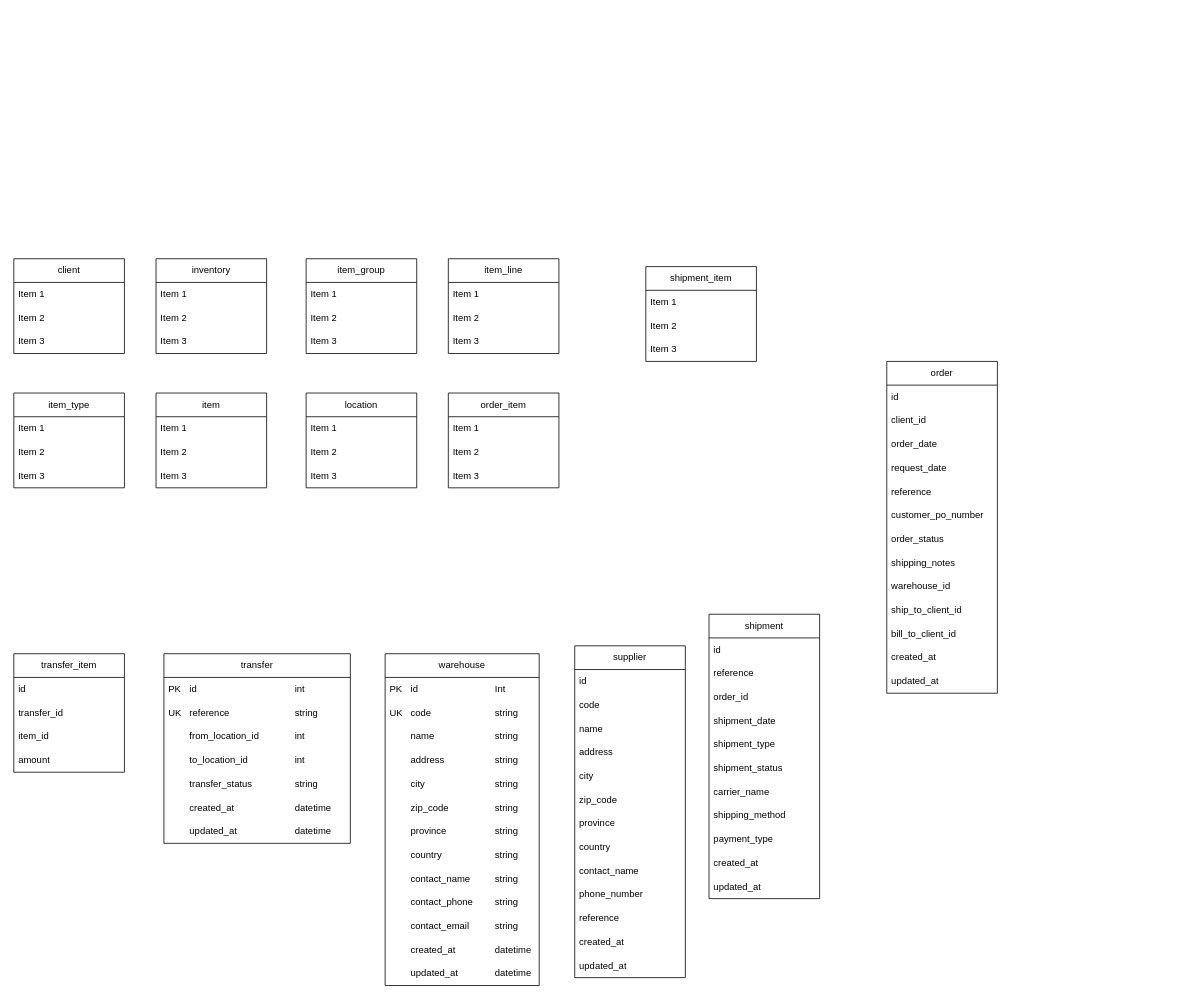
This is help.drawio from lennardje21/INF2C-Team-5, a draw.io file, before an edit. Source tidied: cells renumbered, new cells numbered last; positions are measured from the earlier drawing's top-left corner, leaving out a move shared by most shapes. Both pictures are drawn from the tidied source at 79%, with x=0, y=0 at pixel (13, 258).
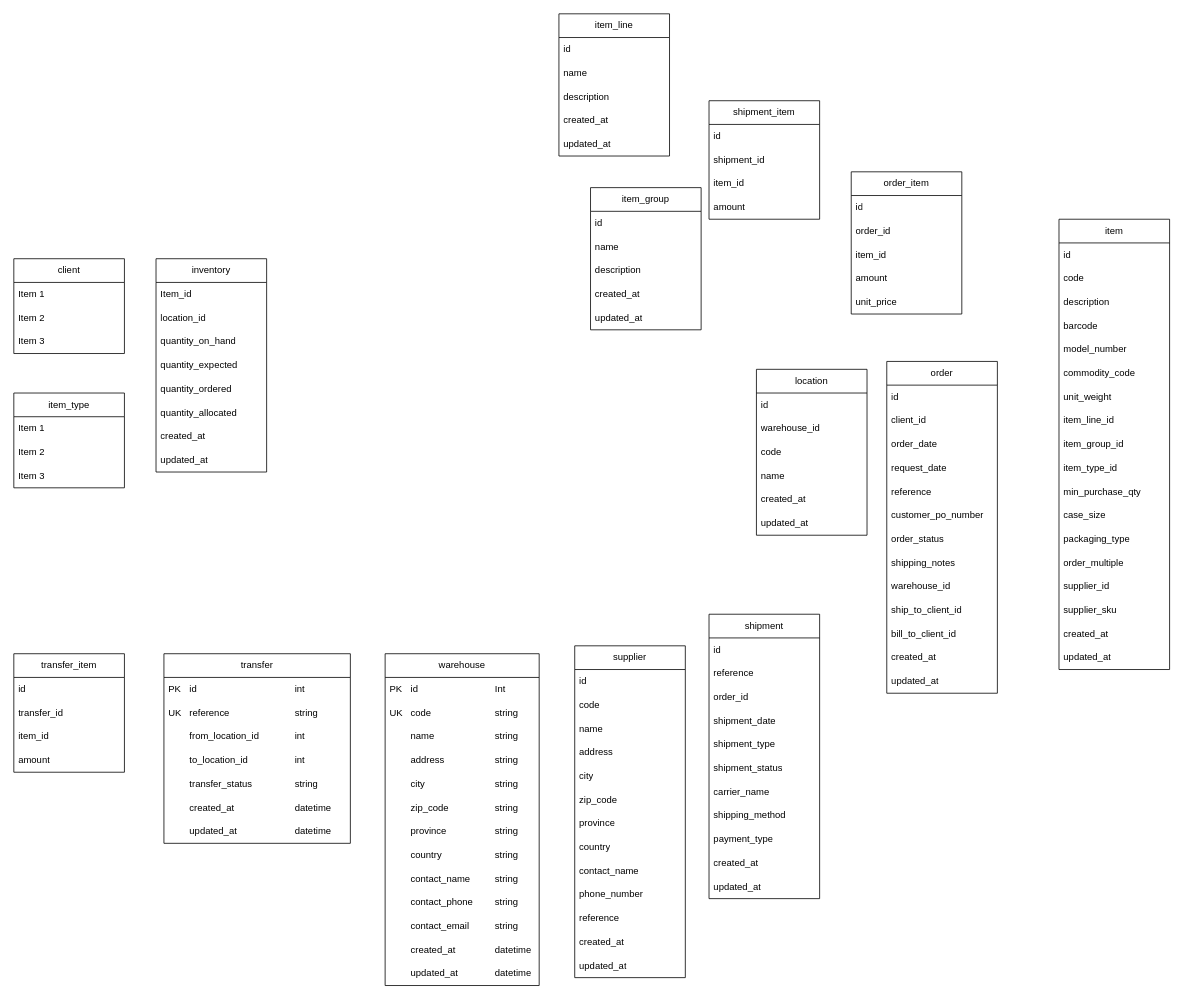
The same diagram, later.

Commit message:
Expand warehouse schema diagram

Updated the ERD in help.drawio to match the current warehouse/inventory model. This change adds detailed fields for inventory, item groups, item lines, items, locations, order items, and shipment items

What changed in the source:
```diff
@@
     <mxCell id="6" value="inventory" style="swimlane;fontStyle=0;horizontal=1;startSize=30;whiteSpace=wrap;html=1;" parent="1" vertex="1">
-      <mxGeometry x="180" width="140" height="120" as="geometry" />
+      <mxGeometry x="180" width="140" height="270" as="geometry" />
     </mxCell>
-    <mxCell id="7" value="Item 1" style="text;strokeColor=none;fillColor=none;align=left;verticalAlign=middle;spacingLeft=4;spacingRight=4;overflow=hidden;whiteSpace=wrap;html=1;" parent="6" vertex="1">
+    <mxCell id="7" value="Item_id" style="text;strokeColor=none;fillColor=none;align=left;verticalAlign=middle;spacingLeft=4;spacingRight=4;overflow=hidden;whiteSpace=wrap;html=1;" parent="6" vertex="1">
       <mxGeometry y="30" width="140" height="30" as="geometry" />
     </mxCell>
-    <mxCell id="8" value="Item 2" style="text;strokeColor=none;fillColor=none;align=left;verticalAlign=middle;spacingLeft=4;spacingRight=4;overflow=hidden;whiteSpace=wrap;html=1;" parent="6" vertex="1">
+    <mxCell id="8" value="location_id" style="text;strokeColor=none;fillColor=none;align=left;verticalAlign=middle;spacingLeft=4;spacingRight=4;overflow=hidden;whiteSpace=wrap;html=1;" parent="6" vertex="1">
       <mxGeometry y="60" width="140" height="30" as="geometry" />
     </mxCell>
-    <mxCell id="9" value="Item 3" style="text;strokeColor=none;fillColor=none;align=left;verticalAlign=middle;spacingLeft=4;spacingRight=4;overflow=hidden;whiteSpace=wrap;html=1;" parent="6" vertex="1">
+    <mxCell id="9" value="quantity_on_hand" style="text;strokeColor=none;fillColor=none;align=left;verticalAlign=middle;spacingLeft=4;spacingRight=4;overflow=hidden;whiteSpace=wrap;html=1;" parent="6" vertex="1">
       <mxGeometry y="90" width="140" height="30" as="geometry" />
     </mxCell>
+    <mxCell id="105" value="quantity_expected" style="text;strokeColor=none;fillColor=none;align=left;verticalAlign=middle;spacingLeft=4;spacingRight=4;overflow=hidden;whiteSpace=wrap;html=1;" parent="6" vertex="1">
+      <mxGeometry y="120" width="140" height="30" as="geometry" />
+    </mxCell>
+    <mxCell id="106" value="quantity_ordered" style="text;strokeColor=none;fillColor=none;align=left;verticalAlign=middle;spacingLeft=4;spacingRight=4;overflow=hidden;whiteSpace=wrap;html=1;" parent="6" vertex="1">
+      <mxGeometry y="150" width="140" height="30" as="geometry" />
+    </mxCell>
+    <mxCell id="107" value="quantity_allocated" style="text;strokeColor=none;fillColor=none;align=left;verticalAlign=middle;spacingLeft=4;spacingRight=4;overflow=hidden;whiteSpace=wrap;html=1;" parent="6" vertex="1">
+      <mxGeometry y="180" width="140" height="30" as="geometry" />
+    </mxCell>
+    <mxCell id="108" value="created_at" style="text;strokeColor=none;fillColor=none;align=left;verticalAlign=middle;spacingLeft=4;spacingRight=4;overflow=hidden;whiteSpace=wrap;html=1;" parent="6" vertex="1">
+      <mxGeometry y="210" width="140" height="30" as="geometry" />
+    </mxCell>
+    <mxCell id="109" value="updated_at" style="text;strokeColor=none;fillColor=none;align=left;verticalAlign=middle;spacingLeft=4;spacingRight=4;overflow=hidden;whiteSpace=wrap;html=1;" parent="6" vertex="1">
+      <mxGeometry y="240" width="140" height="30" as="geometry" />
+    </mxCell>
     <mxCell id="10" value="item_group" style="swimlane;fontStyle=0;horizontal=1;startSize=30;whiteSpace=wrap;html=1;" parent="1" vertex="1">
-      <mxGeometry x="370" width="140" height="120" as="geometry" />
+      <mxGeometry x="730" y="-90" width="140" height="180" as="geometry" />
     </mxCell>
-    <mxCell id="11" value="Item 1" style="text;strokeColor=none;fillColor=none;align=left;verticalAlign=middle;spacingLeft=4;spacingRight=4;overflow=hidden;whiteSpace=wrap;html=1;" parent="10" vertex="1">
+    <mxCell id="11" value="id" style="text;strokeColor=none;fillColor=none;align=left;verticalAlign=middle;spacingLeft=4;spacingRight=4;overflow=hidden;whiteSpace=wrap;html=1;" parent="10" vertex="1">
       <mxGeometry y="30" width="140" height="30" as="geometry" />
     </mxCell>
-    <mxCell id="12" value="Item 2" style="text;strokeColor=none;fillColor=none;align=left;verticalAlign=middle;spacingLeft=4;spacingRight=4;overflow=hidden;whiteSpace=wrap;html=1;" parent="10" vertex="1">
+    <mxCell id="12" value="name" style="text;strokeColor=none;fillColor=none;align=left;verticalAlign=middle;spacingLeft=4;spacingRight=4;overflow=hidden;whiteSpace=wrap;html=1;" parent="10" vertex="1">
       <mxGeometry y="60" width="140" height="30" as="geometry" />
     </mxCell>
-    <mxCell id="13" value="Item 3" style="text;strokeColor=none;fillColor=none;align=left;verticalAlign=middle;spacingLeft=4;spacingRight=4;overflow=hidden;whiteSpace=wrap;html=1;" parent="10" vertex="1">
+    <mxCell id="13" value="description" style="text;strokeColor=none;fillColor=none;align=left;verticalAlign=middle;spacingLeft=4;spacingRight=4;overflow=hidden;whiteSpace=wrap;html=1;" parent="10" vertex="1">
       <mxGeometry y="90" width="140" height="30" as="geometry" />
     </mxCell>
+    <mxCell id="110" value="created_at" style="text;strokeColor=none;fillColor=none;align=left;verticalAlign=middle;spacingLeft=4;spacingRight=4;overflow=hidden;whiteSpace=wrap;html=1;" parent="10" vertex="1">
+      <mxGeometry y="120" width="140" height="30" as="geometry" />
+    </mxCell>
+    <mxCell id="111" value="updated_at" style="text;strokeColor=none;fillColor=none;align=left;verticalAlign=middle;spacingLeft=4;spacingRight=4;overflow=hidden;whiteSpace=wrap;html=1;" parent="10" vertex="1">
+      <mxGeometry y="150" width="140" height="30" as="geometry" />
+    </mxCell>
     <mxCell id="14" value="item_line" style="swimlane;fontStyle=0;horizontal=1;startSize=30;whiteSpace=wrap;html=1;" parent="1" vertex="1">
-      <mxGeometry x="550" width="140" height="120" as="geometry" />
+      <mxGeometry x="690" y="-310" width="140" height="180" as="geometry" />
     </mxCell>
-    <mxCell id="15" value="Item 1" style="text;strokeColor=none;fillColor=none;align=left;verticalAlign=middle;spacingLeft=4;spacingRight=4;overflow=hidden;whiteSpace=wrap;html=1;" parent="14" vertex="1">
+    <mxCell id="15" value="id" style="text;strokeColor=none;fillColor=none;align=left;verticalAlign=middle;spacingLeft=4;spacingRight=4;overflow=hidden;whiteSpace=wrap;html=1;" parent="14" vertex="1">
       <mxGeometry y="30" width="140" height="30" as="geometry" />
     </mxCell>
-    <mxCell id="16" value="Item 2" style="text;strokeColor=none;fillColor=none;align=left;verticalAlign=middle;spacingLeft=4;spacingRight=4;overflow=hidden;whiteSpace=wrap;html=1;" parent="14" vertex="1">
+    <mxCell id="16" value="name" style="text;strokeColor=none;fillColor=none;align=left;verticalAlign=middle;spacingLeft=4;spacingRight=4;overflow=hidden;whiteSpace=wrap;html=1;" parent="14" vertex="1">
       <mxGeometry y="60" width="140" height="30" as="geometry" />
     </mxCell>
-    <mxCell id="17" value="Item 3" style="text;strokeColor=none;fillColor=none;align=left;verticalAlign=middle;spacingLeft=4;spacingRight=4;overflow=hidden;whiteSpace=wrap;html=1;" parent="14" vertex="1">
+    <mxCell id="17" value="description" style="text;strokeColor=none;fillColor=none;align=left;verticalAlign=middle;spacingLeft=4;spacingRight=4;overflow=hidden;whiteSpace=wrap;html=1;" parent="14" vertex="1">
       <mxGeometry y="90" width="140" height="30" as="geometry" />
     </mxCell>
+    <mxCell id="112" value="created_at" style="text;strokeColor=none;fillColor=none;align=left;verticalAlign=middle;spacingLeft=4;spacingRight=4;overflow=hidden;whiteSpace=wrap;html=1;" parent="14" vertex="1">
+      <mxGeometry y="120" width="140" height="30" as="geometry" />
+    </mxCell>
+    <mxCell id="113" value="updated_at" style="text;strokeColor=none;fillColor=none;align=left;verticalAlign=middle;spacingLeft=4;spacingRight=4;overflow=hidden;whiteSpace=wrap;html=1;" parent="14" vertex="1">
+      <mxGeometry y="150" width="140" height="30" as="geometry" />
+    </mxCell>
@@
     <mxCell id="32" value="shipment_item" style="swimlane;fontStyle=0;horizontal=1;startSize=30;whiteSpace=wrap;html=1;" parent="1" vertex="1">
-      <mxGeometry x="800" y="10" width="140" height="120" as="geometry" />
+      <mxGeometry x="880" y="-200" width="140" height="150" as="geometry" />
     </mxCell>
-    <mxCell id="33" value="Item 1" style="text;strokeColor=none;fillColor=none;align=left;verticalAlign=middle;spacingLeft=4;spacingRight=4;overflow=hidden;whiteSpace=wrap;html=1;" parent="32" vertex="1">
+    <mxCell id="33" value="id" style="text;strokeColor=none;fillColor=none;align=left;verticalAlign=middle;spacingLeft=4;spacingRight=4;overflow=hidden;whiteSpace=wrap;html=1;" parent="32" vertex="1">
       <mxGeometry y="30" width="140" height="30" as="geometry" />
     </mxCell>
-    <mxCell id="34" value="Item 2" style="text;strokeColor=none;fillColor=none;align=left;verticalAlign=middle;spacingLeft=4;spacingRight=4;overflow=hidden;whiteSpace=wrap;html=1;" parent="32" vertex="1">
+    <mxCell id="34" value="shipment_id" style="text;strokeColor=none;fillColor=none;align=left;verticalAlign=middle;spacingLeft=4;spacingRight=4;overflow=hidden;whiteSpace=wrap;html=1;" parent="32" vertex="1">
       <mxGeometry y="60" width="140" height="30" as="geometry" />
     </mxCell>
-    <mxCell id="35" value="Item 3" style="text;strokeColor=none;fillColor=none;align=left;verticalAlign=middle;spacingLeft=4;spacingRight=4;overflow=hidden;whiteSpace=wrap;html=1;" parent="32" vertex="1">
+    <mxCell id="35" value="item_id" style="text;strokeColor=none;fillColor=none;align=left;verticalAlign=middle;spacingLeft=4;spacingRight=4;overflow=hidden;whiteSpace=wrap;html=1;" parent="32" vertex="1">
       <mxGeometry y="90" width="140" height="30" as="geometry" />
     </mxCell>
+    <mxCell id="114" value="amount" style="text;strokeColor=none;fillColor=none;align=left;verticalAlign=middle;spacingLeft=4;spacingRight=4;overflow=hidden;whiteSpace=wrap;html=1;" parent="32" vertex="1">
+      <mxGeometry y="120" width="140" height="30" as="geometry" />
+    </mxCell>
@@
     <mxCell id="66" value="item" style="swimlane;fontStyle=0;horizontal=1;startSize=30;whiteSpace=wrap;html=1;" parent="1" vertex="1">
-      <mxGeometry x="180" y="170" width="140" height="120" as="geometry" />
+      <mxGeometry x="1323" y="-50" width="140" height="570" as="geometry" />
     </mxCell>
-    <mxCell id="67" value="Item 1" style="text;strokeColor=none;fillColor=none;align=left;verticalAlign=middle;spacingLeft=4;spacingRight=4;overflow=hidden;whiteSpace=wrap;html=1;" parent="66" vertex="1">
+    <mxCell id="67" value="id" style="text;strokeColor=none;fillColor=none;align=left;verticalAlign=middle;spacingLeft=4;spacingRight=4;overflow=hidden;whiteSpace=wrap;html=1;" parent="66" vertex="1">
       <mxGeometry y="30" width="140" height="30" as="geometry" />
     </mxCell>
-    <mxCell id="68" value="Item 2" style="text;strokeColor=none;fillColor=none;align=left;verticalAlign=middle;spacingLeft=4;spacingRight=4;overflow=hidden;whiteSpace=wrap;html=1;" parent="66" vertex="1">
+    <mxCell id="68" value="code" style="text;strokeColor=none;fillColor=none;align=left;verticalAlign=middle;spacingLeft=4;spacingRight=4;overflow=hidden;whiteSpace=wrap;html=1;" parent="66" vertex="1">
       <mxGeometry y="60" width="140" height="30" as="geometry" />
     </mxCell>
-    <mxCell id="69" value="Item 3" style="text;strokeColor=none;fillColor=none;align=left;verticalAlign=middle;spacingLeft=4;spacingRight=4;overflow=hidden;whiteSpace=wrap;html=1;" parent="66" vertex="1">
+    <mxCell id="69" value="description" style="text;strokeColor=none;fillColor=none;align=left;verticalAlign=middle;spacingLeft=4;spacingRight=4;overflow=hidden;whiteSpace=wrap;html=1;" parent="66" vertex="1">
       <mxGeometry y="90" width="140" height="30" as="geometry" />
     </mxCell>
+    <mxCell id="115" value="barcode" style="text;strokeColor=none;fillColor=none;align=left;verticalAlign=middle;spacingLeft=4;spacingRight=4;overflow=hidden;whiteSpace=wrap;html=1;" parent="66" vertex="1">
+      <mxGeometry y="120" width="140" height="30" as="geometry" />
+    </mxCell>
+    <mxCell id="116" value="model_number" style="text;strokeColor=none;fillColor=none;align=left;verticalAlign=middle;spacingLeft=4;spacingRight=4;overflow=hidden;whiteSpace=wrap;html=1;" parent="66" vertex="1">
+      <mxGeometry y="150" width="140" height="30" as="geometry" />
+    </mxCell>
+    <mxCell id="117" value="commodity_code" style="text;strokeColor=none;fillColor=none;align=left;verticalAlign=middle;spacingLeft=4;spacingRight=4;overflow=hidden;whiteSpace=wrap;html=1;" parent="66" vertex="1">
+      <mxGeometry y="180" width="140" height="30" as="geometry" />
+    </mxCell>
+    <mxCell id="118" value="unit_weight" style="text;strokeColor=none;fillColor=none;align=left;verticalAlign=middle;spacingLeft=4;spacingRight=4;overflow=hidden;whiteSpace=wrap;html=1;" parent="66" vertex="1">
+      <mxGeometry y="210" width="140" height="30" as="geometry" />
+    </mxCell>
+    <mxCell id="119" value="item_line_id" style="text;strokeColor=none;fillColor=none;align=left;verticalAlign=middle;spacingLeft=4;spacingRight=4;overflow=hidden;whiteSpace=wrap;html=1;" parent="66" vertex="1">
+      <mxGeometry y="240" width="140" height="30" as="geometry" />
+    </mxCell>
+    <mxCell id="120" value="item_group_id" style="text;strokeColor=none;fillColor=none;align=left;verticalAlign=middle;spacingLeft=4;spacingRight=4;overflow=hidden;whiteSpace=wrap;html=1;" parent="66" vertex="1">
+      <mxGeometry y="270" width="140" height="30" as="geometry" />
+    </mxCell>
+    <mxCell id="121" value="item_type_id" style="text;strokeColor=none;fillColor=none;align=left;verticalAlign=middle;spacingLeft=4;spacingRight=4;overflow=hidden;whiteSpace=wrap;html=1;" parent="66" vertex="1">
+      <mxGeometry y="300" width="140" height="30" as="geometry" />
+    </mxCell>
+    <mxCell id="122" value="min_purchase_qty" style="text;strokeColor=none;fillColor=none;align=left;verticalAlign=middle;spacingLeft=4;spacingRight=4;overflow=hidden;whiteSpace=wrap;html=1;" parent="66" vertex="1">
+      <mxGeometry y="330" width="140" height="30" as="geometry" />
+    </mxCell>
+    <mxCell id="123" value="case_size" style="text;strokeColor=none;fillColor=none;align=left;verticalAlign=middle;spacingLeft=4;spacingRight=4;overflow=hidden;whiteSpace=wrap;html=1;" parent="66" vertex="1">
+      <mxGeometry y="360" width="140" height="30" as="geometry" />
+    </mxCell>
+    <mxCell id="124" value="packaging_type" style="text;strokeColor=none;fillColor=none;align=left;verticalAlign=middle;spacingLeft=4;spacingRight=4;overflow=hidden;whiteSpace=wrap;html=1;" parent="66" vertex="1">
+      <mxGeometry y="390" width="140" height="30" as="geometry" />
+    </mxCell>
+    <mxCell id="125" value="order_multiple" style="text;strokeColor=none;fillColor=none;align=left;verticalAlign=middle;spacingLeft=4;spacingRight=4;overflow=hidden;whiteSpace=wrap;html=1;" parent="66" vertex="1">
+      <mxGeometry y="420" width="140" height="30" as="geometry" />
+    </mxCell>
+    <mxCell id="126" value="supplier_id" style="text;strokeColor=none;fillColor=none;align=left;verticalAlign=middle;spacingLeft=4;spacingRight=4;overflow=hidden;whiteSpace=wrap;html=1;" parent="66" vertex="1">
+      <mxGeometry y="450" width="140" height="30" as="geometry" />
+    </mxCell>
+    <mxCell id="127" value="supplier_sku" style="text;strokeColor=none;fillColor=none;align=left;verticalAlign=middle;spacingLeft=4;spacingRight=4;overflow=hidden;whiteSpace=wrap;html=1;" parent="66" vertex="1">
+      <mxGeometry y="480" width="140" height="30" as="geometry" />
+    </mxCell>
+    <mxCell id="128" value="created_at" style="text;strokeColor=none;fillColor=none;align=left;verticalAlign=middle;spacingLeft=4;spacingRight=4;overflow=hidden;whiteSpace=wrap;html=1;" parent="66" vertex="1">
+      <mxGeometry y="510" width="140" height="30" as="geometry" />
+    </mxCell>
+    <mxCell id="129" value="updated_at" style="text;strokeColor=none;fillColor=none;align=left;verticalAlign=middle;spacingLeft=4;spacingRight=4;overflow=hidden;whiteSpace=wrap;html=1;" parent="66" vertex="1">
+      <mxGeometry y="540" width="140" height="30" as="geometry" />
+    </mxCell>
     <mxCell id="70" value="location" style="swimlane;fontStyle=0;horizontal=1;startSize=30;whiteSpace=wrap;html=1;" parent="1" vertex="1">
-      <mxGeometry x="370" y="170" width="140" height="120" as="geometry" />
+      <mxGeometry x="940" y="140" width="140" height="210" as="geometry" />
     </mxCell>
-    <mxCell id="71" value="Item 1" style="text;strokeColor=none;fillColor=none;align=left;verticalAlign=middle;spacingLeft=4;spacingRight=4;overflow=hidden;whiteSpace=wrap;html=1;" parent="70" vertex="1">
+    <mxCell id="71" value="id" style="text;strokeColor=none;fillColor=none;align=left;verticalAlign=middle;spacingLeft=4;spacingRight=4;overflow=hidden;whiteSpace=wrap;html=1;" parent="70" vertex="1">
       <mxGeometry y="30" width="140" height="30" as="geometry" />
     </mxCell>
-    <mxCell id="72" value="Item 2" style="text;strokeColor=none;fillColor=none;align=left;verticalAlign=middle;spacingLeft=4;spacingRight=4;overflow=hidden;whiteSpace=wrap;html=1;" parent="70" vertex="1">
+    <mxCell id="72" value="warehouse_id" style="text;strokeColor=none;fillColor=none;align=left;verticalAlign=middle;spacingLeft=4;spacingRight=4;overflow=hidden;whiteSpace=wrap;html=1;" parent="70" vertex="1">
       <mxGeometry y="60" width="140" height="30" as="geometry" />
     </mxCell>
-    <mxCell id="73" value="Item 3" style="text;strokeColor=none;fillColor=none;align=left;verticalAlign=middle;spacingLeft=4;spacingRight=4;overflow=hidden;whiteSpace=wrap;html=1;" parent="70" vertex="1">
+    <mxCell id="73" value="code" style="text;strokeColor=none;fillColor=none;align=left;verticalAlign=middle;spacingLeft=4;spacingRight=4;overflow=hidden;whiteSpace=wrap;html=1;" parent="70" vertex="1">
       <mxGeometry y="90" width="140" height="30" as="geometry" />
     </mxCell>
+    <mxCell id="130" value="name" style="text;strokeColor=none;fillColor=none;align=left;verticalAlign=middle;spacingLeft=4;spacingRight=4;overflow=hidden;whiteSpace=wrap;html=1;" parent="70" vertex="1">
+      <mxGeometry y="120" width="140" height="30" as="geometry" />
+    </mxCell>
+    <mxCell id="131" value="created_at" style="text;strokeColor=none;fillColor=none;align=left;verticalAlign=middle;spacingLeft=4;spacingRight=4;overflow=hidden;whiteSpace=wrap;html=1;" parent="70" vertex="1">
+      <mxGeometry y="150" width="140" height="30" as="geometry" />
+    </mxCell>
+    <mxCell id="132" value="updated_at" style="text;strokeColor=none;fillColor=none;align=left;verticalAlign=middle;spacingLeft=4;spacingRight=4;overflow=hidden;whiteSpace=wrap;html=1;" parent="70" vertex="1">
+      <mxGeometry y="180" width="140" height="30" as="geometry" />
+    </mxCell>
     <mxCell id="74" value="order_item" style="swimlane;fontStyle=0;horizontal=1;startSize=30;whiteSpace=wrap;html=1;" parent="1" vertex="1">
-      <mxGeometry x="550" y="170" width="140" height="120" as="geometry" />
+      <mxGeometry x="1060" y="-110" width="140" height="180" as="geometry" />
     </mxCell>
-    <mxCell id="75" value="Item 1" style="text;strokeColor=none;fillColor=none;align=left;verticalAlign=middle;spacingLeft=4;spacingRight=4;overflow=hidden;whiteSpace=wrap;html=1;" parent="74" vertex="1">
+    <mxCell id="75" value="id" style="text;strokeColor=none;fillColor=none;align=left;verticalAlign=middle;spacingLeft=4;spacingRight=4;overflow=hidden;whiteSpace=wrap;html=1;" parent="74" vertex="1">
       <mxGeometry y="30" width="140" height="30" as="geometry" />
     </mxCell>
+    <mxCell id="133" value="order_id" style="text;strokeColor=none;fillColor=none;align=left;verticalAlign=middle;spacingLeft=4;spacingRight=4;overflow=hidden;whiteSpace=wrap;html=1;" parent="74" vertex="1">
+      <mxGeometry y="60" width="140" height="30" as="geometry" />
+    </mxCell>
-    <mxCell id="76" value="Item 2" style="text;strokeColor=none;fillColor=none;align=left;verticalAlign=middle;spacingLeft=4;spacingRight=4;overflow=hidden;whiteSpace=wrap;html=1;" parent="74" vertex="1">
-      <mxGeometry y="60" width="140" height="30" as="geometry" />
+    <mxCell id="76" value="item_id" style="text;strokeColor=none;fillColor=none;align=left;verticalAlign=middle;spacingLeft=4;spacingRight=4;overflow=hidden;whiteSpace=wrap;html=1;" parent="74" vertex="1">
+      <mxGeometry y="90" width="140" height="30" as="geometry" />
     </mxCell>
-    <mxCell id="77" value="Item 3" style="text;strokeColor=none;fillColor=none;align=left;verticalAlign=middle;spacingLeft=4;spacingRight=4;overflow=hidden;whiteSpace=wrap;html=1;" parent="74" vertex="1">
-      <mxGeometry y="90" width="140" height="30" as="geometry" />
+    <mxCell id="77" value="amount" style="text;strokeColor=none;fillColor=none;align=left;verticalAlign=middle;spacingLeft=4;spacingRight=4;overflow=hidden;whiteSpace=wrap;html=1;" parent="74" vertex="1">
+      <mxGeometry y="120" width="140" height="30" as="geometry" />
     </mxCell>
+    <mxCell id="134" value="unit_price" style="text;strokeColor=none;fillColor=none;align=left;verticalAlign=middle;spacingLeft=4;spacingRight=4;overflow=hidden;whiteSpace=wrap;html=1;" parent="74" vertex="1">
+      <mxGeometry y="150" width="140" height="30" as="geometry" />
+    </mxCell>
```
